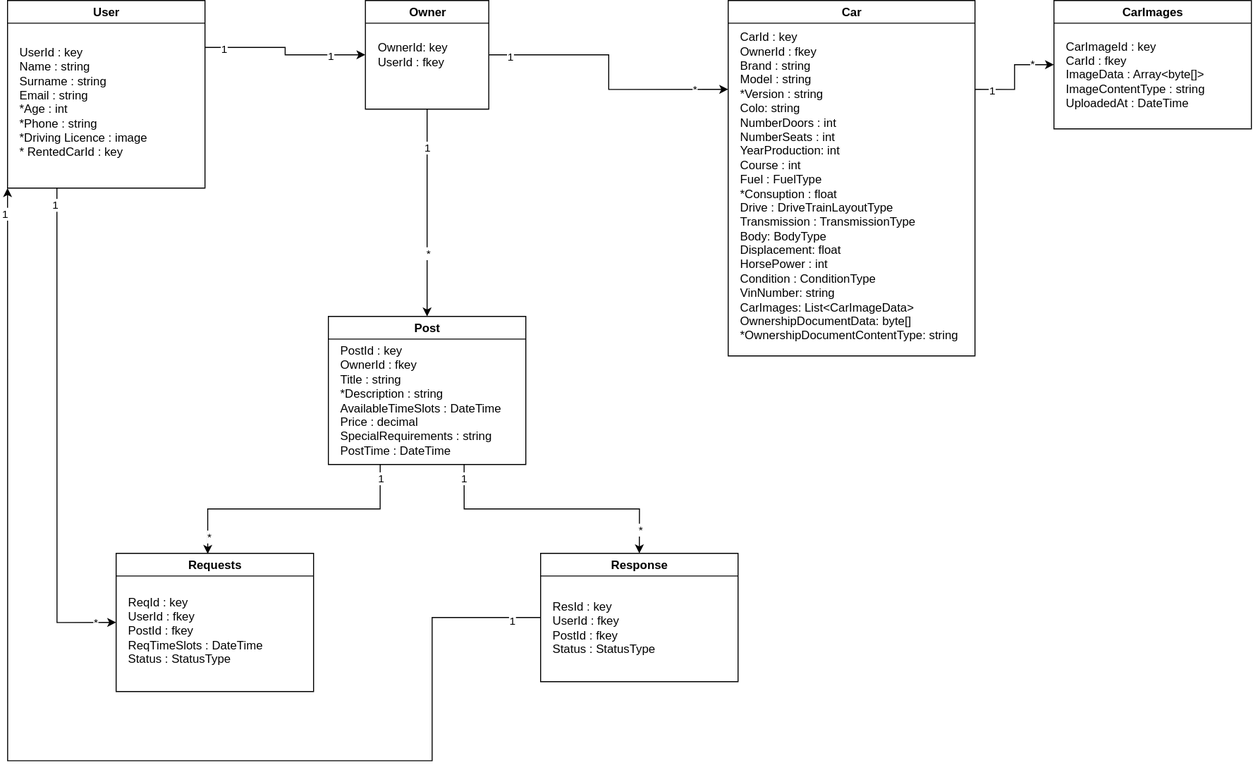
The draw.io diagram doc/DBDiagram.svg in sorykkk/ride-hive, before a commit. Source tidied: cells renumbered, new cells last; positions are measured from the earlier drawing's top-left corner, leaving out a move shared by most shapes. Source of this version:
```xml
<mxGraphModel>
  <root>
    <mxCell id="0" />
    <mxCell id="1" parent="0" />
    <mxCell id="2" style="edgeStyle=orthogonalEdgeStyle;rounded=0;jettySize=auto;html=1;exitX=1;exitY=0.25;exitDx=0;exitDy=0;entryX=0;entryY=0.5;entryDx=0;entryDy=0;" parent="1" edge="1" source="8" target="16">
      <mxGeometry relative="1" as="geometry" />
    </mxCell>
    <mxCell id="3" value="1" style="edgeLabel;html=1;align=center;verticalAlign=middle;" parent="2" vertex="1">
      <mxGeometry x="-0.79" relative="1" as="geometry" />
    </mxCell>
    <mxCell id="4" value="1" style="edgeLabel;html=1;align=center;verticalAlign=middle;" parent="2" vertex="1">
      <mxGeometry x="0.57" relative="1" as="geometry" />
    </mxCell>
    <mxCell id="5" style="edgeStyle=orthogonalEdgeStyle;rounded=0;jettySize=auto;html=1;exitX=0.25;exitY=1;exitDx=0;exitDy=0;entryX=0;entryY=0.5;entryDx=0;entryDy=0;" parent="1" edge="1" source="8" target="25">
      <mxGeometry relative="1" as="geometry" />
    </mxCell>
    <mxCell id="6" value="1" style="edgeLabel;html=1;align=center;verticalAlign=middle;" parent="5" vertex="1">
      <mxGeometry x="-0.94" y="-3" relative="1" as="geometry" />
    </mxCell>
    <mxCell id="7" value="*" style="edgeLabel;html=1;align=center;verticalAlign=middle;" parent="5" vertex="1">
      <mxGeometry x="0.91" y="1" relative="1" as="geometry" />
    </mxCell>
    <mxCell id="8" value="User" style="swimlane;whiteSpace=wrap;html=1;" parent="1" vertex="1">
      <mxGeometry width="200" height="190" as="geometry" />
    </mxCell>
    <mxCell id="9" value="UserId : key&lt;div&gt;Name : string&lt;/div&gt;&lt;div&gt;Surname : string&lt;/div&gt;&lt;div&gt;Email : string&lt;/div&gt;&lt;div&gt;*Age : int&lt;/div&gt;&lt;div&gt;*Phone : string&lt;/div&gt;&lt;div&gt;*Driving Licence : image&lt;/div&gt;&lt;div&gt;* RentedCarId : key&lt;/div&gt;&lt;div&gt;&lt;br&gt;&lt;/div&gt;" style="text;html=1;align=left;verticalAlign=middle;whiteSpace=wrap;rounded=0;" parent="8" vertex="1">
      <mxGeometry x="10" y="30" width="180" height="160" as="geometry" />
    </mxCell>
    <mxCell id="10" style="edgeStyle=orthogonalEdgeStyle;rounded=0;jettySize=auto;html=1;exitX=1;exitY=0.5;exitDx=0;exitDy=0;" parent="1" edge="1" source="16">
      <mxGeometry relative="1" as="geometry">
        <mxPoint x="730" y="90" as="targetPoint" />
        <Array as="points">
          <mxPoint x="609" y="55" />
          <mxPoint x="609" y="90" />
        </Array>
      </mxGeometry>
    </mxCell>
    <mxCell id="11" value="1" style="edgeLabel;html=1;align=center;verticalAlign=middle;" parent="10" vertex="1">
      <mxGeometry x="-0.85" y="-1" relative="1" as="geometry" />
    </mxCell>
    <mxCell id="12" value="*" style="edgeLabel;html=1;align=center;verticalAlign=middle;" parent="10" vertex="1">
      <mxGeometry x="0.74" y="1" relative="1" as="geometry" />
    </mxCell>
    <mxCell id="13" style="edgeStyle=orthogonalEdgeStyle;rounded=0;jettySize=auto;html=1;exitX=0.5;exitY=1;exitDx=0;exitDy=0;entryX=0.5;entryY=0;entryDx=0;entryDy=0;" parent="1" edge="1" source="16" target="23">
      <mxGeometry relative="1" as="geometry" />
    </mxCell>
    <mxCell id="14" value="1" style="edgeLabel;html=1;align=center;verticalAlign=middle;" parent="13" vertex="1">
      <mxGeometry x="-0.65" y="-1" relative="1" as="geometry" />
    </mxCell>
    <mxCell id="15" value="*" style="edgeLabel;html=1;align=center;verticalAlign=middle;" parent="13" vertex="1">
      <mxGeometry x="0.26" relative="1" as="geometry">
        <mxPoint y="12" as="offset" />
      </mxGeometry>
    </mxCell>
    <mxCell id="16" value="Owner" style="swimlane;whiteSpace=wrap;html=1;" parent="1" vertex="1">
      <mxGeometry x="362.5" width="125" height="110" as="geometry" />
    </mxCell>
    <mxCell id="17" value="OwnerId: key&lt;div&gt;UserId : fkey&lt;br&gt;&lt;/div&gt;" style="text;html=1;align=left;verticalAlign=middle;whiteSpace=wrap;rounded=0;" parent="16" vertex="1">
      <mxGeometry x="10" y="27.5" width="110" height="55" as="geometry" />
    </mxCell>
    <mxCell id="18" style="edgeStyle=orthogonalEdgeStyle;rounded=0;jettySize=auto;html=1;exitX=1;exitY=0.25;exitDx=0;exitDy=0;entryX=0;entryY=0.5;entryDx=0;entryDy=0;" parent="1" edge="1" source="21" target="38">
      <mxGeometry relative="1" as="geometry" />
    </mxCell>
    <mxCell id="19" value="1" style="edgeLabel;html=1;align=center;verticalAlign=middle;" parent="18" vertex="1">
      <mxGeometry x="-0.71" relative="1" as="geometry" />
    </mxCell>
    <mxCell id="20" value="*" style="edgeLabel;html=1;align=center;verticalAlign=middle;" parent="18" vertex="1">
      <mxGeometry x="0.58" y="2" relative="1" as="geometry" />
    </mxCell>
    <mxCell id="21" value="Car" style="swimlane;whiteSpace=wrap;html=1;" parent="1" vertex="1">
      <mxGeometry x="730" width="250" height="360" as="geometry" />
    </mxCell>
    <mxCell id="22" value="CarId : key&lt;div&gt;OwnerId : fkey&lt;/div&gt;&lt;div&gt;Brand : string&lt;/div&gt;&lt;div&gt;Model : string&lt;/div&gt;&lt;div&gt;*Version : string&lt;/div&gt;&lt;div&gt;Colo: string&amp;nbsp;&lt;/div&gt;&lt;div&gt;NumberDoors : int&lt;/div&gt;&lt;div&gt;NumberSeats : int&lt;/div&gt;&lt;div&gt;YearProduction: int&lt;/div&gt;&lt;div&gt;Course : int&lt;/div&gt;&lt;div&gt;Fuel : FuelType&lt;/div&gt;&lt;div&gt;*Consuption : float&lt;/div&gt;&lt;div&gt;Drive : DriveTrainLayoutType&lt;/div&gt;&lt;div&gt;Transmission : TransmissionType&lt;/div&gt;&lt;div&gt;Body: BodyType&lt;/div&gt;&lt;div&gt;Displacement: float&lt;/div&gt;&lt;div&gt;HorsePower : int&lt;/div&gt;&lt;div&gt;Condition : ConditionType&lt;/div&gt;&lt;div&gt;VinNumber: string&lt;/div&gt;&lt;div&gt;CarImages: List&amp;lt;CarImageData&amp;gt;&lt;/div&gt;&lt;div&gt;OwnershipDocumentData: byte[]&lt;/div&gt;&lt;div&gt;*OwnershipDocumentContentType: string&lt;/div&gt;" style="text;html=1;align=left;verticalAlign=middle;whiteSpace=wrap;rounded=0;" parent="21" vertex="1">
      <mxGeometry x="10" y="30" width="230" height="315" as="geometry" />
    </mxCell>
    <mxCell id="23" value="Post" style="swimlane;whiteSpace=wrap;html=1;" parent="1" vertex="1">
      <mxGeometry x="325" y="320" width="200" height="150" as="geometry" />
    </mxCell>
    <mxCell id="24" value="PostId : key&lt;div&gt;OwnerId : fkey&lt;/div&gt;&lt;div&gt;Title : string&lt;/div&gt;&lt;div&gt;*Description : string&lt;/div&gt;&lt;div&gt;AvailableTimeSlots : DateTime&lt;/div&gt;&lt;div&gt;Price : decimal&lt;/div&gt;&lt;div&gt;SpecialRequirements : string&lt;/div&gt;&lt;div&gt;PostTime : DateTime&lt;/div&gt;" style="text;html=1;align=left;verticalAlign=middle;whiteSpace=wrap;rounded=0;" parent="23" vertex="1">
      <mxGeometry x="10" y="20" width="170" height="130" as="geometry" />
    </mxCell>
    <mxCell id="25" value="Requests" style="swimlane;whiteSpace=wrap;html=1;" parent="1" vertex="1">
      <mxGeometry x="110" y="560" width="200" height="140" as="geometry" />
    </mxCell>
    <mxCell id="26" value="ReqId : key&lt;div&gt;UserId : fkey&lt;/div&gt;&lt;div&gt;PostId : fkey&lt;/div&gt;&lt;div&gt;ReqTimeSlots : DateTime&lt;/div&gt;&lt;div&gt;Status : StatusType&lt;/div&gt;" style="text;html=1;align=left;verticalAlign=middle;whiteSpace=wrap;rounded=0;" parent="25" vertex="1">
      <mxGeometry x="10" y="25" width="150" height="105" as="geometry" />
    </mxCell>
    <mxCell id="27" style="edgeStyle=orthogonalEdgeStyle;rounded=0;jettySize=auto;html=1;exitX=0;exitY=0.5;exitDx=0;exitDy=0;entryX=0;entryY=1;entryDx=0;entryDy=0;" parent="1" edge="1" source="30" target="8">
      <mxGeometry relative="1" as="geometry">
        <Array as="points">
          <mxPoint x="430" y="625" />
          <mxPoint x="430" y="770" />
          <mxPoint y="770" />
        </Array>
      </mxGeometry>
    </mxCell>
    <mxCell id="28" value="1" style="edgeLabel;html=1;align=center;verticalAlign=middle;" parent="27" vertex="1">
      <mxGeometry x="-0.95" y="2" relative="1" as="geometry">
        <mxPoint x="1" as="offset" />
      </mxGeometry>
    </mxCell>
    <mxCell id="29" value="1" style="edgeLabel;html=1;align=center;verticalAlign=middle;" parent="27" vertex="1">
      <mxGeometry x="0.96" y="4" relative="1" as="geometry" />
    </mxCell>
    <mxCell id="30" value="Response" style="swimlane;whiteSpace=wrap;html=1;" parent="1" vertex="1">
      <mxGeometry x="540" y="560" width="200" height="130" as="geometry" />
    </mxCell>
    <mxCell id="31" value="ResId : key&lt;div&gt;UserId : fkey&lt;/div&gt;&lt;div&gt;PostId : fkey&lt;/div&gt;&lt;div&gt;Status : StatusType&lt;/div&gt;" style="text;html=1;align=left;verticalAlign=middle;whiteSpace=wrap;rounded=0;" parent="30" vertex="1">
      <mxGeometry x="10" y="35" width="150" height="80" as="geometry" />
    </mxCell>
    <mxCell id="32" style="edgeStyle=orthogonalEdgeStyle;rounded=0;jettySize=auto;html=1;exitX=0.25;exitY=1;exitDx=0;exitDy=0;entryX=0.464;entryY=0.004;entryDx=0;entryDy=0;entryPerimeter=0;" parent="1" edge="1" source="24" target="25">
      <mxGeometry relative="1" as="geometry" />
    </mxCell>
    <mxCell id="33" value="1" style="edgeLabel;html=1;align=center;verticalAlign=middle;" parent="32" vertex="1">
      <mxGeometry x="-0.9" y="-1" relative="1" as="geometry" />
    </mxCell>
    <mxCell id="34" value="*" style="edgeLabel;html=1;align=center;verticalAlign=middle;" parent="32" vertex="1">
      <mxGeometry x="0.85" relative="1" as="geometry" />
    </mxCell>
    <mxCell id="35" style="edgeStyle=orthogonalEdgeStyle;rounded=0;jettySize=auto;html=1;exitX=0.75;exitY=1;exitDx=0;exitDy=0;entryX=0.5;entryY=0;entryDx=0;entryDy=0;" parent="1" edge="1" source="24" target="30">
      <mxGeometry relative="1" as="geometry" />
    </mxCell>
    <mxCell id="36" value="1" style="edgeLabel;html=1;align=center;verticalAlign=middle;" parent="35" vertex="1">
      <mxGeometry x="-0.89" y="-2" relative="1" as="geometry" />
    </mxCell>
    <mxCell id="37" value="*" style="edgeLabel;html=1;align=center;verticalAlign=middle;" parent="35" vertex="1">
      <mxGeometry x="0.82" relative="1" as="geometry" />
    </mxCell>
    <mxCell id="38" value="CarImages" style="swimlane;whiteSpace=wrap;html=1;" parent="1" vertex="1">
      <mxGeometry x="1060" width="200" height="130" as="geometry" />
    </mxCell>
    <mxCell id="39" value="CarImageId : key&lt;div&gt;CarId : fkey&lt;/div&gt;&lt;div&gt;ImageData : Array&amp;lt;byte[]&amp;gt;&lt;/div&gt;&lt;div&gt;ImageContentType : string&lt;/div&gt;&lt;div&gt;UploadedAt : DateTime&lt;/div&gt;" style="text;html=1;align=left;verticalAlign=middle;whiteSpace=wrap;rounded=0;" parent="38" vertex="1">
      <mxGeometry x="10" y="30" width="170" height="90" as="geometry" />
    </mxCell>
  </root>
</mxGraphModel>
```
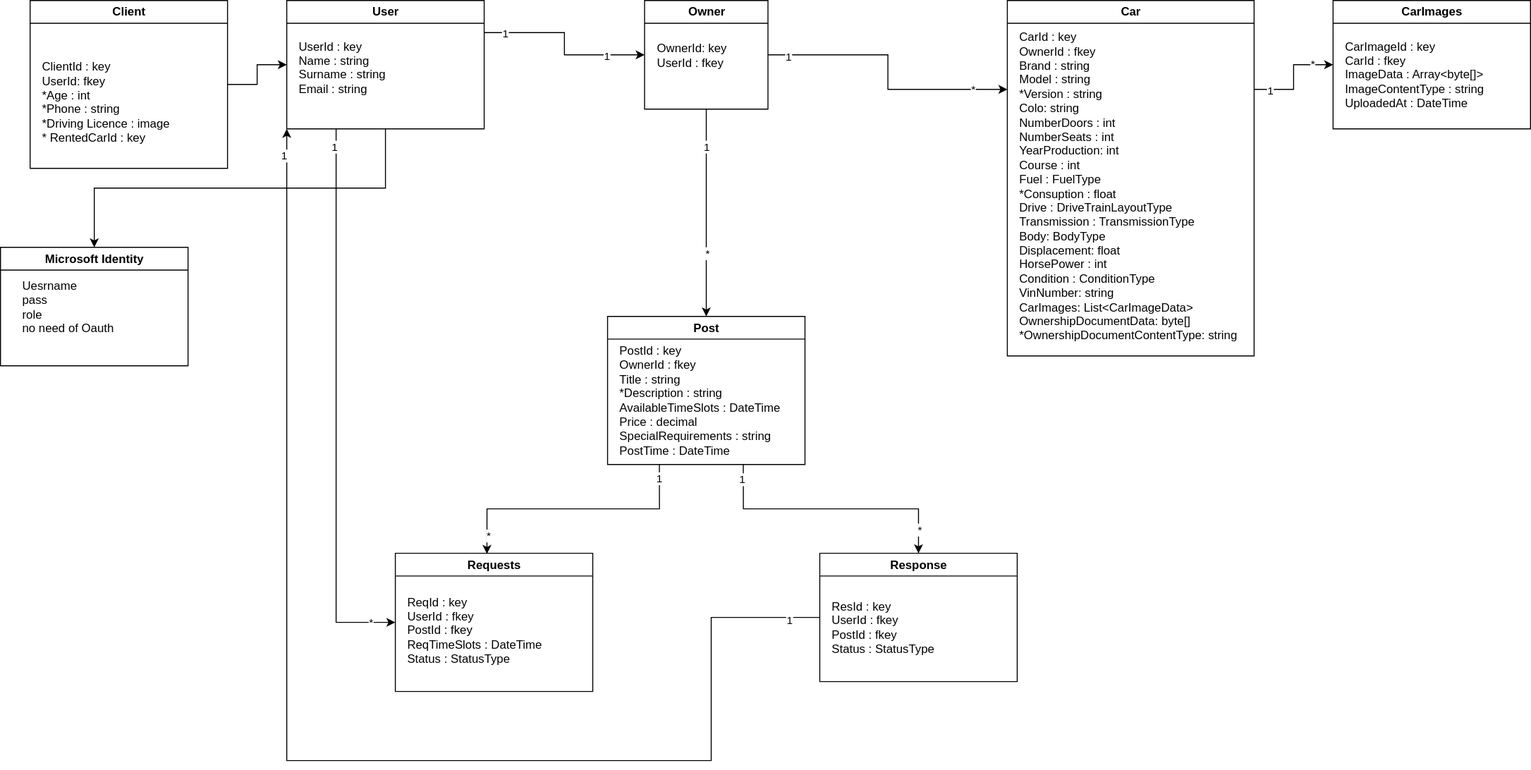
Later version of the same file.

Diff of the diagram source:
```diff
@@ -20,11 +20,14 @@
     <mxCell id="7" value="*" style="edgeLabel;html=1;align=center;verticalAlign=middle;" parent="5" vertex="1">
       <mxGeometry x="0.91" y="1" relative="1" as="geometry" />
     </mxCell>
+    <mxCell id="40" style="edgeStyle=orthogonalEdgeStyle;rounded=0;jettySize=auto;html=1;exitX=0.5;exitY=1;exitDx=0;exitDy=0;entryX=0.5;entryY=0;entryDx=0;entryDy=0;" parent="1" edge="1" source="8" target="44">
+      <mxGeometry relative="1" as="geometry" />
+    </mxCell>
     <mxCell id="8" value="User" style="swimlane;whiteSpace=wrap;html=1;" parent="1" vertex="1">
-      <mxGeometry width="200" height="190" as="geometry" />
+      <mxGeometry width="200" height="130" as="geometry" />
     </mxCell>
-    <mxCell id="9" value="UserId : key&lt;div&gt;Name : string&lt;/div&gt;&lt;div&gt;Surname : string&lt;/div&gt;&lt;div&gt;Email : string&lt;/div&gt;&lt;div&gt;*Age : int&lt;/div&gt;&lt;div&gt;*Phone : string&lt;/div&gt;&lt;div&gt;*Driving Licence : image&lt;/div&gt;&lt;div&gt;* RentedCarId : key&lt;/div&gt;&lt;div&gt;&lt;br&gt;&lt;/div&gt;" style="text;html=1;align=left;verticalAlign=middle;whiteSpace=wrap;rounded=0;" parent="8" vertex="1">
-      <mxGeometry x="10" y="30" width="180" height="160" as="geometry" />
+    <mxCell id="9" value="UserId : key&lt;div&gt;Name : string&lt;/div&gt;&lt;div&gt;Surname : string&lt;/div&gt;&lt;div&gt;Email : string&lt;/div&gt;&lt;div&gt;&lt;br&gt;&lt;/div&gt;" style="text;html=1;align=left;verticalAlign=middle;whiteSpace=wrap;rounded=0;" parent="8" vertex="1">
+      <mxGeometry x="10" y="30" width="180" height="90" as="geometry" />
     </mxCell>
     <mxCell id="10" style="edgeStyle=orthogonalEdgeStyle;rounded=0;jettySize=auto;html=1;exitX=1;exitY=0.5;exitDx=0;exitDy=0;" parent="1" edge="1" source="16">
       <mxGeometry relative="1" as="geometry">
@@ -132,5 +135,20 @@
     <mxCell id="39" value="CarImageId : key&lt;div&gt;CarId : fkey&lt;/div&gt;&lt;div&gt;ImageData : Array&amp;lt;byte[]&amp;gt;&lt;/div&gt;&lt;div&gt;ImageContentType : string&lt;/div&gt;&lt;div&gt;UploadedAt : DateTime&lt;/div&gt;" style="text;html=1;align=left;verticalAlign=middle;whiteSpace=wrap;rounded=0;" parent="38" vertex="1">
       <mxGeometry x="10" y="30" width="170" height="90" as="geometry" />
     </mxCell>
+    <mxCell id="41" style="edgeStyle=orthogonalEdgeStyle;rounded=0;jettySize=auto;html=1;exitX=1;exitY=0.5;exitDx=0;exitDy=0;entryX=0;entryY=0.5;entryDx=0;entryDy=0;" parent="1" edge="1" source="42" target="8">
+      <mxGeometry relative="1" as="geometry" />
+    </mxCell>
+    <mxCell id="42" value="Client" style="swimlane;whiteSpace=wrap;html=1;" parent="1" vertex="1">
+      <mxGeometry x="-260" width="200" height="170" as="geometry" />
+    </mxCell>
+    <mxCell id="43" value="ClientId : key&lt;div&gt;UserId: fkey&lt;br&gt;&lt;div&gt;*Age : int&lt;/div&gt;&lt;div&gt;*Phone : string&lt;/div&gt;&lt;div&gt;*Driving Licence : image&lt;/div&gt;&lt;div&gt;* RentedCarId : key&lt;/div&gt;&lt;div&gt;&lt;br&gt;&lt;/div&gt;&lt;/div&gt;" style="text;html=1;align=left;verticalAlign=middle;whiteSpace=wrap;rounded=0;" parent="42" vertex="1">
+      <mxGeometry x="10" y="30" width="180" height="160" as="geometry" />
+    </mxCell>
+    <mxCell id="44" value="Microsoft Identity" style="swimlane;whiteSpace=wrap;html=1;" parent="1" vertex="1">
+      <mxGeometry x="-290" y="250" width="190" height="120" as="geometry" />
+    </mxCell>
+    <mxCell id="45" value="Uesrname&amp;nbsp;&lt;div&gt;pass&lt;/div&gt;&lt;div&gt;role&lt;/div&gt;&lt;div&gt;no need of Oauth&lt;/div&gt;" style="text;html=1;align=left;verticalAlign=middle;strokeColor=none;fillColor=none;" parent="44" vertex="1">
+      <mxGeometry x="20" y="25" width="120" height="70" as="geometry" />
+    </mxCell>
   </root>
 </mxGraphModel>
```
